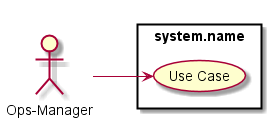
Earlier version of the PlantUML export docs/Actors/Ops-Manager/UseCases.png (CAADE/fleet).
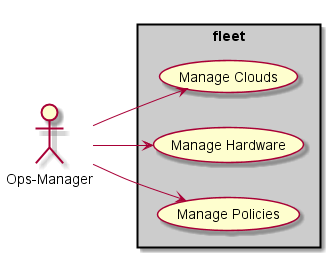
The same file after the commit.

Change to the diagram source:
```diff
@@ -4,10 +4,14 @@
 
 :Ops-Manager: as Actor
 
-rectangle "system.name" {
-    (Use Case) as U1
+rectangle "fleet" #cccccc {
+    (Manage Clouds) as U1
+    (Manage Hardware) as U2
+    (Manage Policies) as U3
 }
 
 Actor --> U1
+Actor --> U2
+Actor --> U3
 
 @enduml
```
